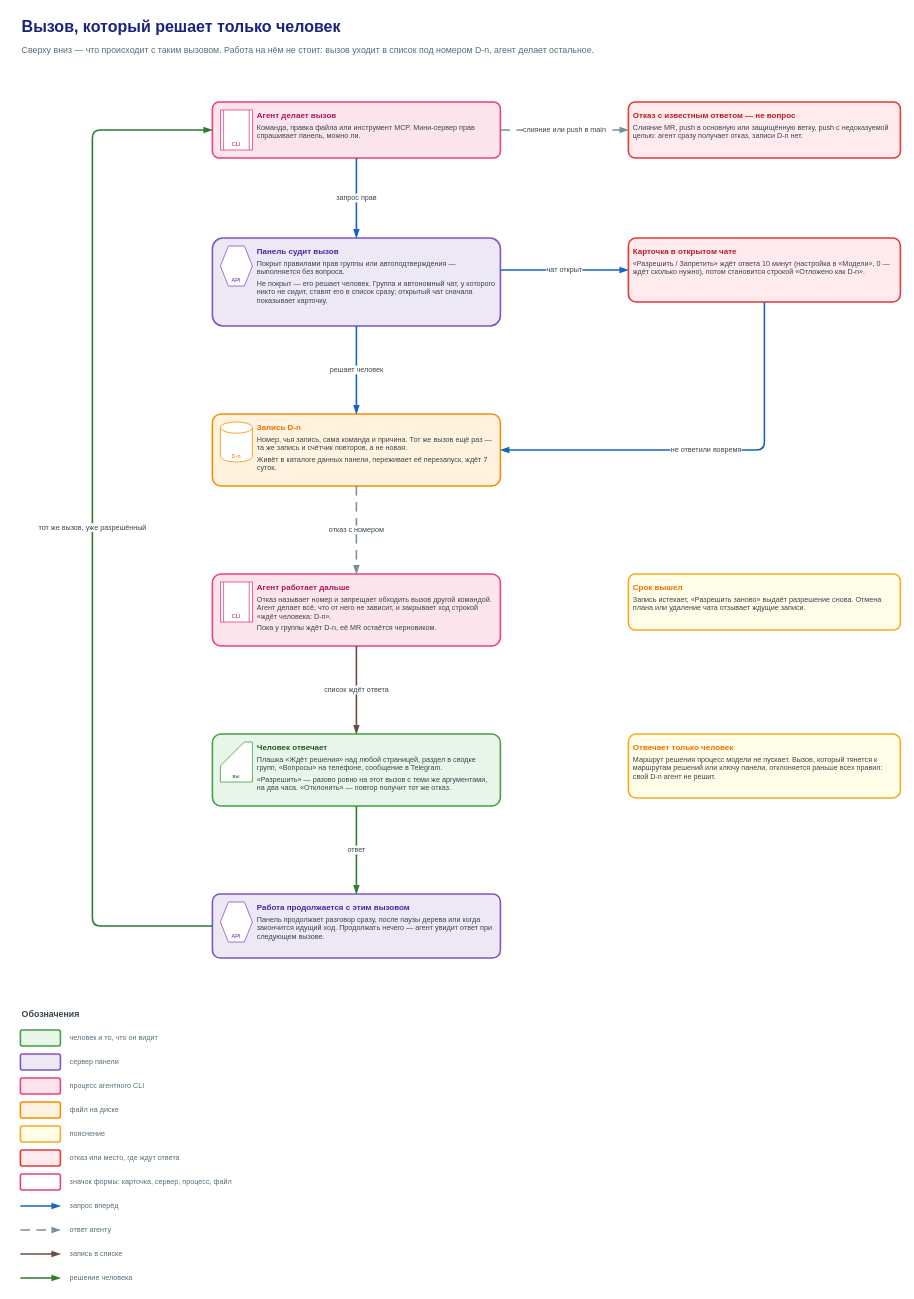
The draw.io diagram page "3. Ждёт решения: D-n" (2 of 2) of docs/diagrams/chat-guide/chat-guide.drawio in rusyander/claude-control, before the edit. Source tidied: cells renumbered, new cells numbered last; positions are measured from the earlier drawing's top-left corner, leaving out a move shared by most shapes. Both pictures are drawn from the tidied source at 80%, with x=0, y=0 at pixel (20, 14).
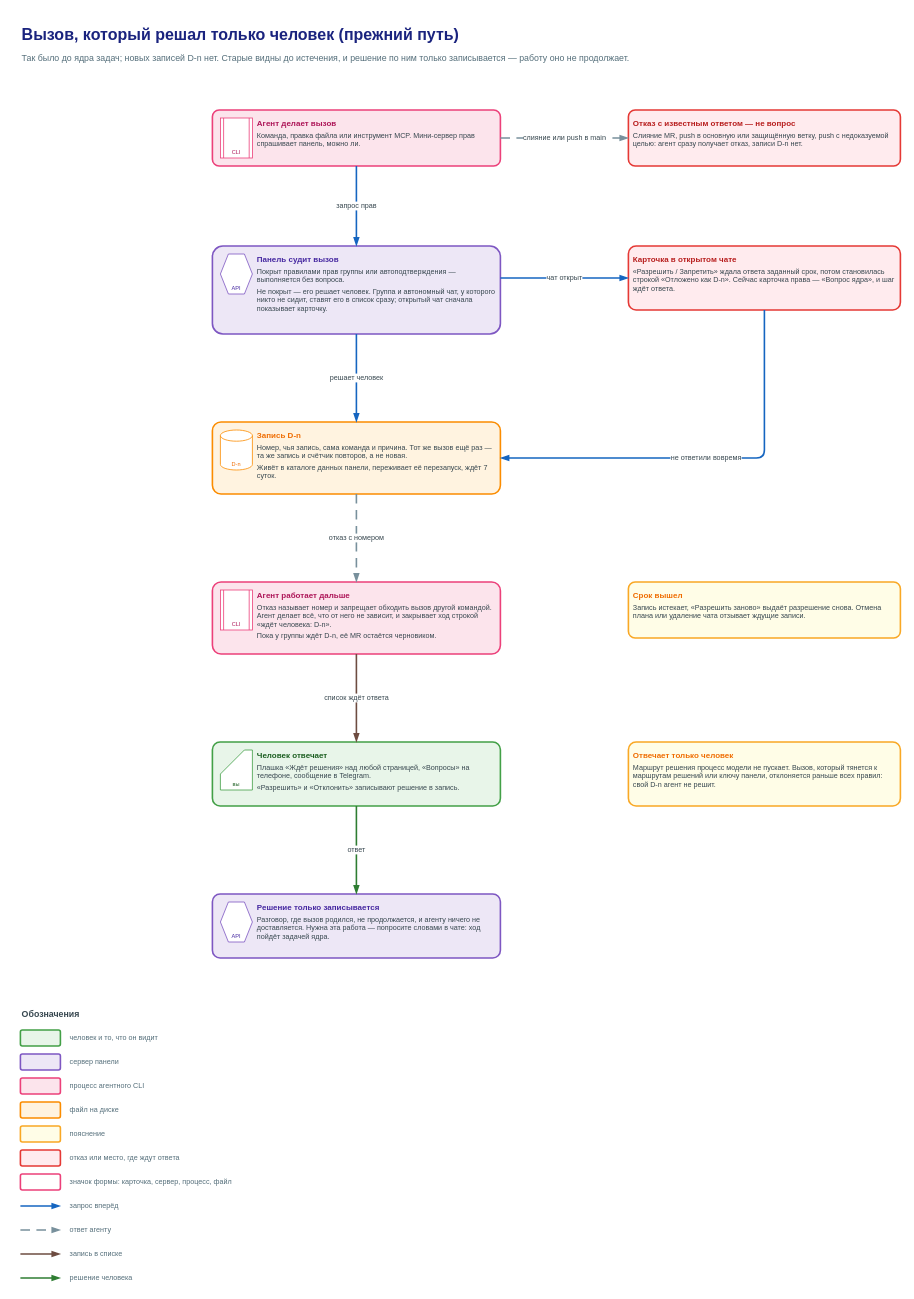
The same diagram, later.

What changed in the source:
```diff
@@
-    <mxCell id="2" value="Вызов, который решает только человек" style="text;html=1;whiteSpace=wrap;align=left;verticalAlign=middle;fontSize=20;fontColor=#1A237E;fontStyle=1;" parent="1" vertex="1">
-      <mxGeometry width="1000" height="30" as="geometry" />
+    <mxCell id="2" value="Вызов, который решал только человек (прежний путь)" style="text;html=1;whiteSpace=wrap;align=left;verticalAlign=middle;fontSize=20;fontColor=#1A237E;fontStyle=1;" parent="1" vertex="1">
+      <mxGeometry y="10" width="1000" height="30" as="geometry" />
     </mxCell>
-    <mxCell id="3" value="Сверху вниз — что происходит с таким вызовом. Работа на нём не стоит: вызов уходит в список под номером D-n, агент делает остальное." style="text;html=1;whiteSpace=wrap;align=left;verticalAlign=middle;fontSize=11;fontColor=#546E7A;" parent="1" vertex="1">
-      <mxGeometry y="30" width="1000" height="30" as="geometry" />
+    <mxCell id="3" value="Так было до ядра задач; новых записей D-n нет. Старые видны до истечения, и решение по ним только записывается — работу оно не продолжает." style="text;html=1;whiteSpace=wrap;align=left;verticalAlign=middle;fontSize=11;fontColor=#546E7A;" parent="1" vertex="1">
+      <mxGeometry y="40" width="1000" height="30" as="geometry" />
     </mxCell>
     <mxCell id="4" value="&lt;div style=&quot;font-size:10px;font-weight:600;color:#AD1457;text-align:left&quot;&gt;Агент делает вызов&lt;/div&gt;&lt;div style=&quot;font-size:9px;text-align:left;margin-top:4px&quot;&gt;Команда, правка файла или инструмент MCP. Мини-сервер прав спрашивает панель, можно ли.&lt;/div&gt;" style="rounded=1;arcSize=12;fillColor=#FCE4EC;strokeColor=#EC407A;strokeWidth=2;html=1;whiteSpace=wrap;align=left;verticalAlign=top;spacing=6;fontSize=9;fontColor=#37474F;spacingLeft=50;informational=1;" parent="1" vertex="1">
-      <mxGeometry x="240" y="110" width="360" height="70" as="geometry" />
+      <mxGeometry x="240" y="120" width="360" height="70" as="geometry" />
     </mxCell>
@@
     <mxCell id="6" value="&lt;div style=&quot;font-size:10px;font-weight:600;color:#4527A0;text-align:left&quot;&gt;Панель судит вызов&lt;/div&gt;&lt;div style=&quot;font-size:9px;text-align:left;margin-top:4px&quot;&gt;Покрыт правилами прав группы или автоподтверждения — выполняется без вопроса.&lt;/div&gt;&lt;div style=&quot;font-size:9px;text-align:left;margin-top:4px&quot;&gt;Не покрыт — его решает человек. Группа и автономный чат, у которого никто не сидит, ставят его в список сразу; открытый чат сначала показывает карточку.&lt;/div&gt;" style="rounded=1;arcSize=12;fillColor=#EDE7F6;strokeColor=#7E57C2;strokeWidth=2;html=1;whiteSpace=wrap;align=left;verticalAlign=top;spacing=6;fontSize=9;fontColor=#37474F;spacingLeft=50;informational=1;" parent="1" vertex="1">
-      <mxGeometry x="240" y="280" width="360" height="110" as="geometry" />
+      <mxGeometry x="240" y="290" width="360" height="110" as="geometry" />
     </mxCell>
@@
     <mxCell id="8" value="&lt;div style=&quot;font-size:10px;font-weight:600;color:#EF6C00;text-align:left&quot;&gt;Запись D-n&lt;/div&gt;&lt;div style=&quot;font-size:9px;text-align:left;margin-top:4px&quot;&gt;Номер, чья запись, сама команда и причина. Тот же вызов ещё раз — та же запись и счётчик повторов, а не новая.&lt;/div&gt;&lt;div style=&quot;font-size:9px;text-align:left;margin-top:4px&quot;&gt;Живёт в каталоге данных панели, переживает её перезапуск, ждёт 7 суток.&lt;/div&gt;" style="rounded=1;arcSize=12;fillColor=#FFF3E0;strokeColor=#FB8C00;strokeWidth=2;html=1;whiteSpace=wrap;align=left;verticalAlign=top;spacing=6;fontSize=9;fontColor=#37474F;spacingLeft=50;informational=1;" parent="1" vertex="1">
-      <mxGeometry x="240" y="500" width="360" height="90" as="geometry" />
+      <mxGeometry x="240" y="510" width="360" height="90" as="geometry" />
     </mxCell>
@@
     <mxCell id="10" value="&lt;div style=&quot;font-size:10px;font-weight:600;color:#AD1457;text-align:left&quot;&gt;Агент работает дальше&lt;/div&gt;&lt;div style=&quot;font-size:9px;text-align:left;margin-top:4px&quot;&gt;Отказ называет номер и запрещает обходить вызов другой командой. Агент делает всё, что от него не зависит, и закрывает ход строкой «ждёт человека: D-n».&lt;/div&gt;&lt;div style=&quot;font-size:9px;text-align:left;margin-top:4px&quot;&gt;Пока у группы ждёт D-n, её MR остаётся черновиком.&lt;/div&gt;" style="rounded=1;arcSize=12;fillColor=#FCE4EC;strokeColor=#EC407A;strokeWidth=2;html=1;whiteSpace=wrap;align=left;verticalAlign=top;spacing=6;fontSize=9;fontColor=#37474F;spacingLeft=50;informational=1;" parent="1" vertex="1">
-      <mxGeometry x="240" y="700" width="360" height="90" as="geometry" />
+      <mxGeometry x="240" y="710" width="360" height="90" as="geometry" />
     </mxCell>
@@
-    <mxCell id="12" value="&lt;div style=&quot;font-size:10px;font-weight:600;color:#1B5E20;text-align:left&quot;&gt;Человек отвечает&lt;/div&gt;&lt;div style=&quot;font-size:9px;text-align:left;margin-top:4px&quot;&gt;Плашка «Ждёт решения» над любой страницей, раздел в сводке групп, «Вопросы» на телефоне, сообщение в Telegram.&lt;/div&gt;&lt;div style=&quot;font-size:9px;text-align:left;margin-top:4px&quot;&gt;«Разрешить» — разово ровно на этот вызов с теми же аргументами, на два часа. «Отклонить» — повтор получит тот же отказ.&lt;/div&gt;" style="rounded=1;arcSize=12;fillColor=#E8F5E9;strokeColor=#43A047;strokeWidth=2;html=1;whiteSpace=wrap;align=left;verticalAlign=top;spacing=6;fontSize=9;fontColor=#37474F;spacingLeft=50;informational=1;" parent="1" vertex="1">
-      <mxGeometry x="240" y="900" width="360" height="90" as="geometry" />
+    <mxCell id="12" value="&lt;div style=&quot;font-size:10px;font-weight:600;color:#1B5E20;text-align:left&quot;&gt;Человек отвечает&lt;/div&gt;&lt;div style=&quot;font-size:9px;text-align:left;margin-top:4px&quot;&gt;Плашка «Ждёт решения» над любой страницей, «Вопросы» на телефоне, сообщение в Telegram.&lt;/div&gt;&lt;div style=&quot;font-size:9px;text-align:left;margin-top:4px&quot;&gt;«Разрешить» и «Отклонить» записывают решение в запись.&lt;/div&gt;" style="rounded=1;arcSize=12;fillColor=#E8F5E9;strokeColor=#43A047;strokeWidth=2;html=1;whiteSpace=wrap;align=left;verticalAlign=top;spacing=6;fontSize=9;fontColor=#37474F;spacingLeft=50;informational=1;" parent="1" vertex="1">
+      <mxGeometry x="240" y="910" width="360" height="80" as="geometry" />
     </mxCell>
@@
-    <mxCell id="14" value="&lt;div style=&quot;font-size:10px;font-weight:600;color:#4527A0;text-align:left&quot;&gt;Работа продолжается с этим вызовом&lt;/div&gt;&lt;div style=&quot;font-size:9px;text-align:left;margin-top:4px&quot;&gt;Панель продолжает разговор сразу, после паузы дерева или когда закончится идущий ход. Продолжать нечего — агент увидит ответ при следующем вызове.&lt;/div&gt;" style="rounded=1;arcSize=12;fillColor=#EDE7F6;strokeColor=#7E57C2;strokeWidth=2;html=1;whiteSpace=wrap;align=left;verticalAlign=top;spacing=6;fontSize=9;fontColor=#37474F;spacingLeft=50;informational=1;" parent="1" vertex="1">
+    <mxCell id="14" value="&lt;div style=&quot;font-size:10px;font-weight:600;color:#4527A0;text-align:left&quot;&gt;Решение только записывается&lt;/div&gt;&lt;div style=&quot;font-size:9px;text-align:left;margin-top:4px&quot;&gt;Разговор, где вызов родился, не продолжается, и агенту ничего не доставляется. Нужна эта работа — попросите словами в чате: ход пойдёт задачей ядра.&lt;/div&gt;" style="rounded=1;arcSize=12;fillColor=#EDE7F6;strokeColor=#7E57C2;strokeWidth=2;html=1;whiteSpace=wrap;align=left;verticalAlign=top;spacing=6;fontSize=9;fontColor=#37474F;spacingLeft=50;informational=1;" parent="1" vertex="1">
       <mxGeometry x="240" y="1100" width="360" height="80" as="geometry" />
     </mxCell>
@@
-    <mxCell id="16" value="&lt;div style=&quot;font-size:10px;font-weight:600;color:#B71C1C;text-align:left&quot;&gt;Карточка в открытом чате&lt;/div&gt;&lt;div style=&quot;font-size:9px;text-align:left;margin-top:4px&quot;&gt;«Разрешить / Запретить» ждёт ответа 10 минут (настройка в «Модели», 0 — ждёт сколько нужно), потом становится строкой «Отложено как D-n».&lt;/div&gt;" style="rounded=1;arcSize=12;fillColor=#FFEBEE;strokeColor=#E53935;strokeWidth=2;html=1;whiteSpace=wrap;align=left;verticalAlign=top;spacing=6;fontSize=9;fontColor=#37474F;informational=1;" parent="1" vertex="1">
-      <mxGeometry x="760" y="280" width="340" height="80" as="geometry" />
+    <mxCell id="16" value="&lt;div style=&quot;font-size:10px;font-weight:600;color:#B71C1C;text-align:left&quot;&gt;Карточка в открытом чате&lt;/div&gt;&lt;div style=&quot;font-size:9px;text-align:left;margin-top:4px&quot;&gt;«Разрешить / Запретить» ждала ответа заданный срок, потом становилась строкой «Отложено как D-n». Сейчас карточка права — «Вопрос ядра», и шаг ждёт ответа.&lt;/div&gt;" style="rounded=1;arcSize=12;fillColor=#FFEBEE;strokeColor=#E53935;strokeWidth=2;html=1;whiteSpace=wrap;align=left;verticalAlign=top;spacing=6;fontSize=9;fontColor=#37474F;informational=1;" parent="1" vertex="1">
+      <mxGeometry x="760" y="290" width="340" height="80" as="geometry" />
     </mxCell>
     <mxCell id="17" value="&lt;div style=&quot;font-size:10px;font-weight:600;color:#B71C1C;text-align:left&quot;&gt;Отказ с известным ответом — не вопрос&lt;/div&gt;&lt;div style=&quot;font-size:9px;text-align:left;margin-top:4px&quot;&gt;Слияние MR, push в основную или защищённую ветку, push с недоказуемой целью: агент сразу получает отказ, записи D-n нет.&lt;/div&gt;" style="rounded=1;arcSize=12;fillColor=#FFEBEE;strokeColor=#E53935;strokeWidth=2;html=1;whiteSpace=wrap;align=left;verticalAlign=top;spacing=6;fontSize=9;fontColor=#37474F;informational=1;" parent="1" vertex="1">
-      <mxGeometry x="760" y="110" width="340" height="70" as="geometry" />
+      <mxGeometry x="760" y="120" width="340" height="70" as="geometry" />
     </mxCell>
     <mxCell id="18" value="&lt;div style=&quot;font-size:10px;font-weight:600;color:#EF6C00;text-align:left&quot;&gt;Отвечает только человек&lt;/div&gt;&lt;div style=&quot;font-size:9px;text-align:left;margin-top:4px&quot;&gt;Маршрут решения процесс модели не пускает. Вызов, который тянется к маршрутам решений или ключу панели, отклоняется раньше всех правил: свой D-n агент не решит.&lt;/div&gt;" style="rounded=1;arcSize=12;fillColor=#FFFDE7;strokeColor=#F9A825;strokeWidth=2;html=1;whiteSpace=wrap;align=left;verticalAlign=top;spacing=6;fontSize=9;fontColor=#37474F;informational=1;" parent="1" vertex="1">
-      <mxGeometry x="760" y="900" width="340" height="80" as="geometry" />
+      <mxGeometry x="760" y="910" width="340" height="80" as="geometry" />
     </mxCell>
     <mxCell id="19" value="&lt;div style=&quot;font-size:10px;font-weight:600;color:#EF6C00;text-align:left&quot;&gt;Срок вышел&lt;/div&gt;&lt;div style=&quot;font-size:9px;text-align:left;margin-top:4px&quot;&gt;Запись истекает, «Разрешить заново» выдаёт разрешение снова. Отмена плана или удаление чата отзывает ждущие записи.&lt;/div&gt;" style="rounded=1;arcSize=12;fillColor=#FFFDE7;strokeColor=#F9A825;strokeWidth=2;html=1;whiteSpace=wrap;align=left;verticalAlign=top;spacing=6;fontSize=9;fontColor=#37474F;informational=1;" parent="1" vertex="1">
-      <mxGeometry x="760" y="700" width="340" height="70" as="geometry" />
+      <mxGeometry x="760" y="710" width="340" height="70" as="geometry" />
     </mxCell>
@@
     <mxCell id="26" value="не ответили вовремя" style="edgeStyle=orthogonalEdgeStyle;rounded=1;html=1;fontSize=9;fontColor=#37474F;labelBackgroundColor=#FFFFFF;endArrow=blockThin;endFill=1;jettySize=auto;strokeWidth=2;strokeColor=#1565C0;exitX=0.5;exitY=1;exitDx=0;exitDy=0;entryX=1;entryY=0.5;entryDx=0;entryDy=0;" parent="1" edge="1" source="16" target="8">
       <mxGeometry relative="1" as="geometry">
         <Array as="points">
-          <mxPoint x="930" y="545" />
+          <mxPoint x="930" y="555" />
         </Array>
       </mxGeometry>
     </mxCell>
@@
-    <mxCell id="28" value="тот же вызов, уже разрешённый" style="edgeStyle=orthogonalEdgeStyle;rounded=1;html=1;fontSize=9;fontColor=#37474F;labelBackgroundColor=#FFFFFF;endArrow=blockThin;endFill=1;jettySize=auto;strokeWidth=2;strokeColor=#2E7D32;exitX=0;exitY=0.5;exitDx=0;exitDy=0;entryX=0;entryY=0.5;entryDx=0;entryDy=0;" parent="1" edge="1" source="14" target="4">
-      <mxGeometry relative="1" as="geometry">
-        <Array as="points">
-          <mxPoint x="90" y="1140" />
-          <mxPoint x="90" y="145" />
-        </Array>
-      </mxGeometry>
-    </mxCell>
```
